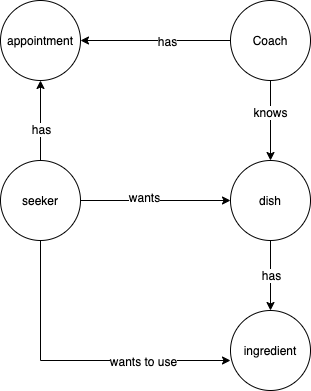
sudeepd/me.cooking keeps this draw.io diagram as documents/design/entities.png. Above is the earlier version. Source tidied: cells renumbered, new cells last; positions are measured from the earlier drawing's top-left corner, leaving out a move shared by most shapes. Source of this version:
```xml
<mxGraphModel background="#ffffff">
  <root>
    <mxCell id="0" />
    <mxCell id="1" parent="0" />
    <mxCell id="2" style="edgeStyle=orthogonalEdgeStyle;rounded=0;jettySize=auto;html=1;" parent="1" edge="1" source="6" target="11">
      <mxGeometry relative="1" as="geometry" />
    </mxCell>
    <mxCell id="3" value="has" style="text;html=1;align=center;verticalAlign=middle;labelBackgroundColor=#ffffff;" parent="2" vertex="1">
      <mxGeometry x="-0.15" relative="1" as="geometry" />
    </mxCell>
    <mxCell id="4" style="edgeStyle=orthogonalEdgeStyle;rounded=0;jettySize=auto;html=1;" parent="1" edge="1" source="6" target="9">
      <mxGeometry relative="1" as="geometry" />
    </mxCell>
    <mxCell id="5" value="knows" style="text;html=1;align=center;verticalAlign=middle;labelBackgroundColor=#ffffff;" parent="4" vertex="1">
      <mxGeometry x="-0.23" y="-1" relative="1" as="geometry" />
    </mxCell>
    <mxCell id="6" value="Coach" style="ellipse;whiteSpace=wrap;html=1;" parent="1" vertex="1">
      <mxGeometry x="230" width="80" height="80" as="geometry" />
    </mxCell>
    <mxCell id="7" style="edgeStyle=orthogonalEdgeStyle;rounded=0;jettySize=auto;html=1;" parent="1" edge="1" source="9" target="10">
      <mxGeometry relative="1" as="geometry" />
    </mxCell>
    <mxCell id="8" value="has" style="text;html=1;align=center;verticalAlign=middle;labelBackgroundColor=#ffffff;" parent="7" vertex="1">
      <mxGeometry x="-0.03" relative="1" as="geometry" />
    </mxCell>
    <mxCell id="9" value="dish" style="ellipse;whiteSpace=wrap;html=1;" parent="1" vertex="1">
      <mxGeometry x="230" y="160" width="80" height="80" as="geometry" />
    </mxCell>
    <mxCell id="10" value="ingredient" style="ellipse;whiteSpace=wrap;html=1;" parent="1" vertex="1">
      <mxGeometry x="230" y="310" width="80" height="80" as="geometry" />
    </mxCell>
    <mxCell id="11" value="appointment" style="ellipse;whiteSpace=wrap;html=1;" parent="1" vertex="1">
      <mxGeometry width="80" height="80" as="geometry" />
    </mxCell>
    <mxCell id="12" style="edgeStyle=orthogonalEdgeStyle;rounded=0;jettySize=auto;html=1;entryX=0;entryY=0.5;entryDx=0;entryDy=0;" parent="1" edge="1" source="18" target="9">
      <mxGeometry relative="1" as="geometry" />
    </mxCell>
    <mxCell id="13" value="wants" style="text;html=1;align=center;verticalAlign=middle;labelBackgroundColor=#ffffff;" parent="12" vertex="1">
      <mxGeometry x="-0.16" y="4" relative="1" as="geometry" />
    </mxCell>
    <mxCell id="14" style="edgeStyle=orthogonalEdgeStyle;rounded=0;jettySize=auto;html=1;" parent="1" edge="1" source="18" target="11">
      <mxGeometry relative="1" as="geometry" />
    </mxCell>
    <mxCell id="15" value="has" style="text;html=1;align=center;verticalAlign=middle;labelBackgroundColor=#ffffff;" parent="14" vertex="1">
      <mxGeometry x="-0.2" relative="1" as="geometry" />
    </mxCell>
    <mxCell id="16" style="edgeStyle=orthogonalEdgeStyle;rounded=0;jettySize=auto;html=1;entryX=0;entryY=0.625;entryDx=0;entryDy=0;entryPerimeter=0;exitX=0.5;exitY=1;exitDx=0;exitDy=0;" parent="1" edge="1" source="18" target="10">
      <mxGeometry relative="1" as="geometry" />
    </mxCell>
    <mxCell id="17" value="wants to use" style="text;html=1;align=center;verticalAlign=middle;labelBackgroundColor=#ffffff;" parent="16" vertex="1">
      <mxGeometry x="0.43" relative="1" as="geometry" />
    </mxCell>
    <mxCell id="18" value="seeker" style="ellipse;whiteSpace=wrap;html=1;" parent="1" vertex="1">
      <mxGeometry y="160" width="80" height="80" as="geometry" />
    </mxCell>
  </root>
</mxGraphModel>
```
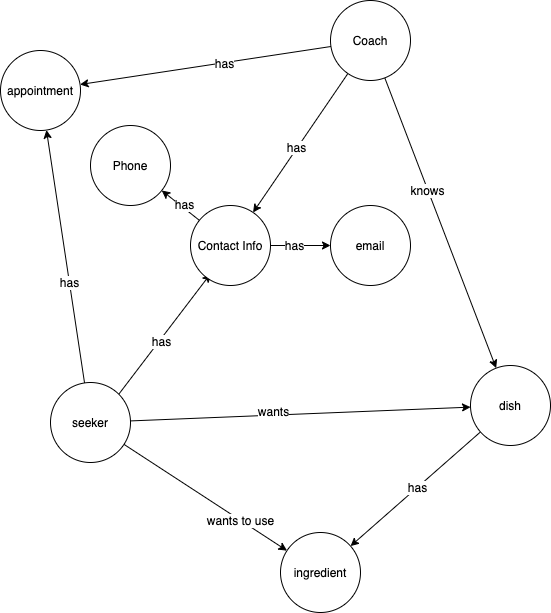
Later version of the same file.

The edit, as a diff of the source:
```diff
@@ -2,56 +2,92 @@
   <root>
     <mxCell id="0" />
     <mxCell id="1" parent="0" />
-    <mxCell id="2" style="edgeStyle=orthogonalEdgeStyle;rounded=0;jettySize=auto;html=1;" parent="1" edge="1" source="6" target="11">
+    <mxCell id="2" style="rounded=0;jettySize=auto;html=1;" parent="1" edge="1" source="6" target="11">
       <mxGeometry relative="1" as="geometry" />
     </mxCell>
     <mxCell id="3" value="has" style="text;html=1;align=center;verticalAlign=middle;labelBackgroundColor=#ffffff;" parent="2" vertex="1">
       <mxGeometry x="-0.15" relative="1" as="geometry" />
     </mxCell>
-    <mxCell id="4" style="edgeStyle=orthogonalEdgeStyle;rounded=0;jettySize=auto;html=1;" parent="1" edge="1" source="6" target="9">
+    <mxCell id="4" style="rounded=0;jettySize=auto;html=1;" parent="1" edge="1" source="6" target="9">
       <mxGeometry relative="1" as="geometry" />
     </mxCell>
     <mxCell id="5" value="knows" style="text;html=1;align=center;verticalAlign=middle;labelBackgroundColor=#ffffff;" parent="4" vertex="1">
       <mxGeometry x="-0.23" y="-1" relative="1" as="geometry" />
     </mxCell>
+    <mxCell id="19" style="rounded=0;jettySize=auto;html=1;" parent="1" edge="1" source="6" target="27">
+      <mxGeometry relative="1" as="geometry" />
+    </mxCell>
+    <mxCell id="20" value="has" style="text;html=1;align=center;verticalAlign=middle;labelBackgroundColor=#ffffff;" parent="19" vertex="1">
+      <mxGeometry x="0.07" y="-1" relative="1" as="geometry" />
+    </mxCell>
     <mxCell id="6" value="Coach" style="ellipse;whiteSpace=wrap;html=1;" parent="1" vertex="1">
-      <mxGeometry x="230" width="80" height="80" as="geometry" />
+      <mxGeometry x="270" y="-90" width="80" height="80" as="geometry" />
     </mxCell>
-    <mxCell id="7" style="edgeStyle=orthogonalEdgeStyle;rounded=0;jettySize=auto;html=1;" parent="1" edge="1" source="9" target="10">
+    <mxCell id="7" style="rounded=0;jettySize=auto;html=1;" parent="1" edge="1" source="9" target="10">
       <mxGeometry relative="1" as="geometry" />
     </mxCell>
     <mxCell id="8" value="has" style="text;html=1;align=center;verticalAlign=middle;labelBackgroundColor=#ffffff;" parent="7" vertex="1">
       <mxGeometry x="-0.03" relative="1" as="geometry" />
     </mxCell>
     <mxCell id="9" value="dish" style="ellipse;whiteSpace=wrap;html=1;" parent="1" vertex="1">
-      <mxGeometry x="230" y="160" width="80" height="80" as="geometry" />
+      <mxGeometry x="410" y="275" width="80" height="80" as="geometry" />
     </mxCell>
     <mxCell id="10" value="ingredient" style="ellipse;whiteSpace=wrap;html=1;" parent="1" vertex="1">
-      <mxGeometry x="230" y="310" width="80" height="80" as="geometry" />
+      <mxGeometry x="220" y="442" width="80" height="80" as="geometry" />
     </mxCell>
     <mxCell id="11" value="appointment" style="ellipse;whiteSpace=wrap;html=1;" parent="1" vertex="1">
-      <mxGeometry width="80" height="80" as="geometry" />
+      <mxGeometry x="-60" y="-40" width="80" height="80" as="geometry" />
     </mxCell>
-    <mxCell id="12" style="edgeStyle=orthogonalEdgeStyle;rounded=0;jettySize=auto;html=1;entryX=0;entryY=0.5;entryDx=0;entryDy=0;" parent="1" edge="1" source="18" target="9">
+    <mxCell id="12" style="rounded=0;jettySize=auto;html=1;" parent="1" edge="1" source="18" target="9">
       <mxGeometry relative="1" as="geometry" />
     </mxCell>
     <mxCell id="13" value="wants" style="text;html=1;align=center;verticalAlign=middle;labelBackgroundColor=#ffffff;" parent="12" vertex="1">
       <mxGeometry x="-0.16" y="4" relative="1" as="geometry" />
     </mxCell>
-    <mxCell id="14" style="edgeStyle=orthogonalEdgeStyle;rounded=0;jettySize=auto;html=1;" parent="1" edge="1" source="18" target="11">
+    <mxCell id="14" style="rounded=0;jettySize=auto;html=1;" parent="1" edge="1" source="18" target="11">
       <mxGeometry relative="1" as="geometry" />
     </mxCell>
     <mxCell id="15" value="has" style="text;html=1;align=center;verticalAlign=middle;labelBackgroundColor=#ffffff;" parent="14" vertex="1">
       <mxGeometry x="-0.2" relative="1" as="geometry" />
     </mxCell>
-    <mxCell id="16" style="edgeStyle=orthogonalEdgeStyle;rounded=0;jettySize=auto;html=1;entryX=0;entryY=0.625;entryDx=0;entryDy=0;entryPerimeter=0;exitX=0.5;exitY=1;exitDx=0;exitDy=0;" parent="1" edge="1" source="18" target="10">
+    <mxCell id="16" style="rounded=0;jettySize=auto;html=1;" parent="1" edge="1" source="18" target="10">
       <mxGeometry relative="1" as="geometry" />
     </mxCell>
     <mxCell id="17" value="wants to use" style="text;html=1;align=center;verticalAlign=middle;labelBackgroundColor=#ffffff;" parent="16" vertex="1">
       <mxGeometry x="0.43" relative="1" as="geometry" />
     </mxCell>
+    <mxCell id="21" style="rounded=0;jettySize=auto;html=1;exitX=1;exitY=0;exitDx=0;exitDy=0;entryX=0.25;entryY=0.854;entryDx=0;entryDy=0;entryPerimeter=0;" parent="1" edge="1" source="18" target="27">
+      <mxGeometry relative="1" as="geometry" />
+    </mxCell>
+    <mxCell id="22" value="has" style="text;html=1;align=center;verticalAlign=middle;labelBackgroundColor=#ffffff;" parent="21" vertex="1">
+      <mxGeometry x="-0.1" y="-1" relative="1" as="geometry" />
+    </mxCell>
     <mxCell id="18" value="seeker" style="ellipse;whiteSpace=wrap;html=1;" parent="1" vertex="1">
-      <mxGeometry y="160" width="80" height="80" as="geometry" />
+      <mxGeometry x="-10" y="292" width="80" height="80" as="geometry" />
     </mxCell>
+    <mxCell id="23" style="edgeStyle=none;rounded=0;jettySize=auto;html=1;" parent="1" edge="1" source="27" target="30">
+      <mxGeometry relative="1" as="geometry" />
+    </mxCell>
+    <mxCell id="24" value="has" style="text;html=1;align=center;verticalAlign=middle;labelBackgroundColor=#ffffff;" parent="23" vertex="1">
+      <mxGeometry x="-0.23" y="1" relative="1" as="geometry" />
+    </mxCell>
+    <mxCell id="25" style="edgeStyle=none;rounded=0;jettySize=auto;html=1;" parent="1" edge="1" source="27" target="29">
+      <mxGeometry relative="1" as="geometry" />
+    </mxCell>
+    <mxCell id="26" value="has" style="text;html=1;align=center;verticalAlign=middle;labelBackgroundColor=#ffffff;" parent="25" vertex="1">
+      <mxGeometry x="-0.09" y="-3" relative="1" as="geometry" />
+    </mxCell>
+    <mxCell id="27" value="Contact Info" style="ellipse;whiteSpace=wrap;html=1;" parent="1" vertex="1">
+      <mxGeometry x="130" y="115" width="80" height="80" as="geometry" />
+    </mxCell>
+    <mxCell id="28" style="edgeStyle=none;rounded=0;orthogonalLoop=1;jettySize=auto;html=1;exitX=0;exitY=0.5;exitDx=0;exitDy=0;" parent="1" edge="1" source="9" target="9">
+      <mxGeometry relative="1" as="geometry" />
+    </mxCell>
+    <mxCell id="29" value="Phone" style="ellipse;whiteSpace=wrap;html=1;" parent="1" vertex="1">
+      <mxGeometry x="30" y="35" width="80" height="80" as="geometry" />
+    </mxCell>
+    <mxCell id="30" value="email" style="ellipse;whiteSpace=wrap;html=1;" parent="1" vertex="1">
+      <mxGeometry x="270" y="115" width="80" height="80" as="geometry" />
+    </mxCell>
   </root>
 </mxGraphModel>
```
